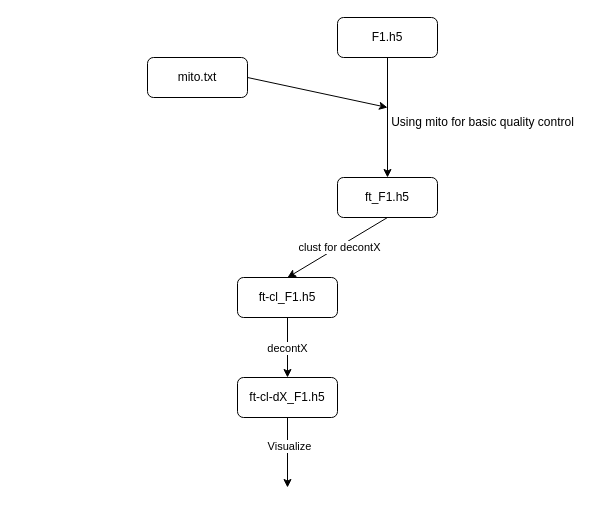
zliu90693/downstream_analysis keeps this draw.io diagram as .structure/structure.drawio. Above is the earlier version. Source tidied: cells renumbered, new cells numbered last; positions are measured from the earlier drawing's top-left corner, leaving out a move shared by most shapes. Both pictures are drawn from the tidied source at 100%, with x=0, y=0 at pixel (147, 17).
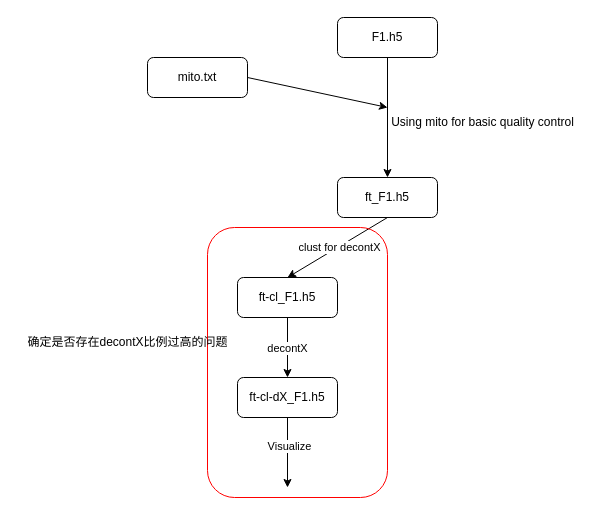
Above is the later version.

What changed in the source:
```diff
@@
 <mxGraphModel>
   <root>
     <mxCell id="0" />
     <mxCell id="1" parent="0" />
     <mxCell id="2" style="edgeStyle=none;html=1;exitX=0.5;exitY=1;exitDx=0;exitDy=0;entryX=0.5;entryY=0;entryDx=0;entryDy=0;" parent="1" edge="1" source="3" target="6">
       <mxGeometry relative="1" as="geometry" />
     </mxCell>
     <mxCell id="3" value="F1.h5" style="rounded=1;whiteSpace=wrap;html=1;" parent="1" vertex="1">
       <mxGeometry x="190" width="100" height="40" as="geometry" />
     </mxCell>
     <mxCell id="4" style="edgeStyle=none;html=1;exitX=0.5;exitY=1;exitDx=0;exitDy=0;entryX=0.5;entryY=0;entryDx=0;entryDy=0;" parent="1" edge="1" source="6" target="12">
       <mxGeometry relative="1" as="geometry" />
     </mxCell>
     <mxCell id="5" value="clust for decontX" style="edgeLabel;html=1;align=center;verticalAlign=middle;" parent="4" vertex="1">
       <mxGeometry x="-0.02" relative="1" as="geometry" />
     </mxCell>
     <mxCell id="6" value="ft_F1.h5" style="rounded=1;whiteSpace=wrap;html=1;" parent="1" vertex="1">
       <mxGeometry x="190" y="160" width="100" height="40" as="geometry" />
     </mxCell>
     <mxCell id="7" style="edgeStyle=none;html=1;exitX=1;exitY=0.5;exitDx=0;exitDy=0;" parent="1" edge="1" source="8">
       <mxGeometry relative="1" as="geometry">
         <mxPoint x="240" y="90" as="targetPoint" />
       </mxGeometry>
     </mxCell>
     <mxCell id="8" value="mito.txt" style="rounded=1;whiteSpace=wrap;html=1;" parent="1" vertex="1">
       <mxGeometry y="40" width="100" height="40" as="geometry" />
     </mxCell>
     <mxCell id="9" value="&lt;span lang=&quot;en&quot; class=&quot;HwtZe&quot;&gt;Using mito for basic quality control&lt;/span&gt;" style="text;html=1;align=center;verticalAlign=middle;strokeColor=none;fillColor=none;" parent="1" vertex="1">
       <mxGeometry x="230" y="90" width="210" height="30" as="geometry" />
     </mxCell>
     <mxCell id="10" style="edgeStyle=none;html=1;exitX=0.5;exitY=1;exitDx=0;exitDy=0;" parent="1" edge="1" source="12" target="15">
       <mxGeometry relative="1" as="geometry" />
     </mxCell>
     <mxCell id="11" value="decontX" style="edgeLabel;html=1;align=center;verticalAlign=middle;" parent="10" vertex="1">
       <mxGeometry y="-1" relative="1" as="geometry" />
     </mxCell>
     <mxCell id="12" value="ft-cl_F1.h5" style="rounded=1;whiteSpace=wrap;html=1;" parent="1" vertex="1">
       <mxGeometry x="90" y="260" width="100" height="40" as="geometry" />
     </mxCell>
     <mxCell id="13" style="edgeStyle=none;html=1;exitX=0.5;exitY=1;exitDx=0;exitDy=0;" parent="1" edge="1" source="15">
       <mxGeometry relative="1" as="geometry">
         <mxPoint x="140" y="470" as="targetPoint" />
       </mxGeometry>
     </mxCell>
     <mxCell id="14" value="Visualize" style="edgeLabel;html=1;align=center;verticalAlign=middle;" parent="13" vertex="1">
       <mxGeometry x="-0.2" y="1" relative="1" as="geometry" />
     </mxCell>
     <mxCell id="15" value="ft-cl-dX_F1.h5" style="rounded=1;whiteSpace=wrap;html=1;" parent="1" vertex="1">
       <mxGeometry x="90" y="360" width="100" height="40" as="geometry" />
     </mxCell>
+    <mxCell id="16" style="rounded=1;whiteSpace=wrap;html=1;fillColor=none;strokeColor=#FF0000;" parent="1" vertex="1">
+      <mxGeometry x="60" y="210" width="180" height="270" as="geometry" />
+    </mxCell>
+    <mxCell id="17" value="确定是否存在decontX比例过高的问题" style="text;html=1;align=center;verticalAlign=middle;strokeColor=none;fillColor=none;" parent="1" vertex="1">
+      <mxGeometry x="-130" y="310" width="220" height="30" as="geometry" />
+    </mxCell>
   </root>
 </mxGraphModel>
```
